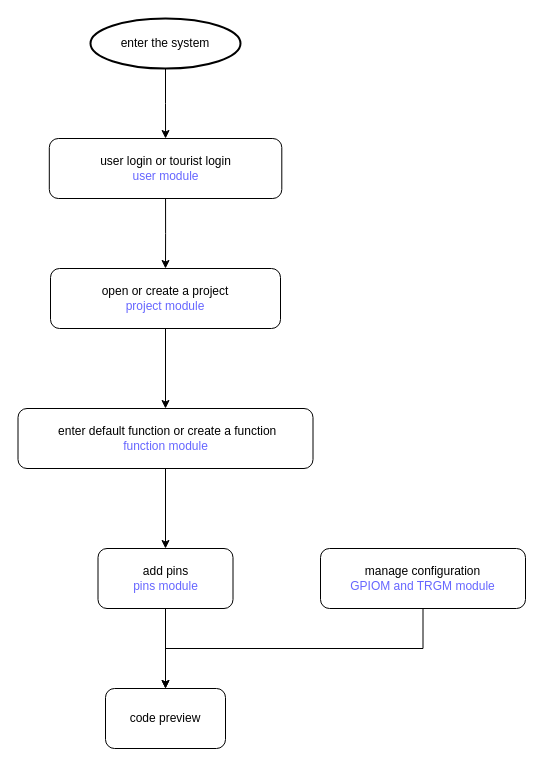
Before: overall.drawio in darKleaf-cn/test-rest-api, a draw.io diagram. Source tidied: cells renumbered, new cells numbered last; positions are measured from the earlier drawing's top-left corner, leaving out a move shared by most shapes. Both pictures are drawn from the tidied source at 100%, with x=0, y=0 at pixel (18, 18).
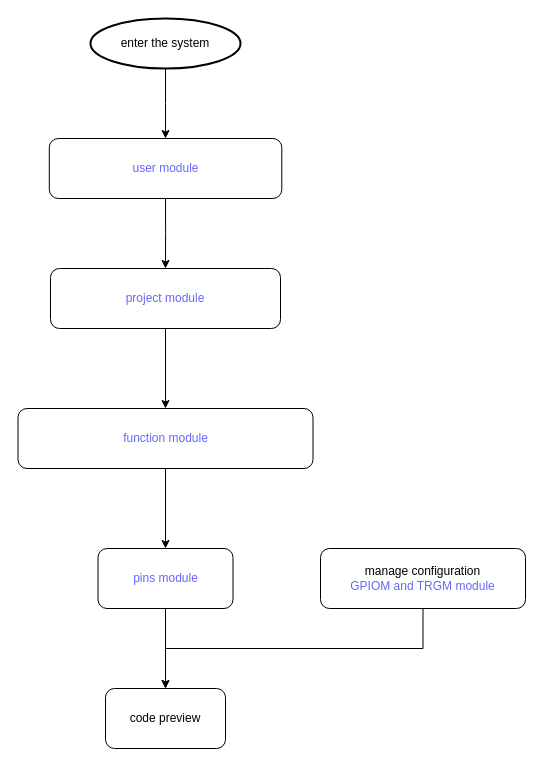
The same diagram, later.

Diff of the diagram source:
```diff
@@
 <mxGraphModel>
   <root>
     <mxCell id="0" />
     <mxCell id="1" parent="0" />
     <mxCell id="2" style="edgeStyle=orthogonalEdgeStyle;rounded=0;jettySize=auto;html=1;exitX=0.5;exitY=1;exitDx=0;exitDy=0;exitPerimeter=0;entryX=0.5;entryY=0;entryDx=0;entryDy=0;" parent="1" edge="1" source="3" target="5">
       <mxGeometry relative="1" as="geometry" />
     </mxCell>
     <mxCell id="3" value="enter the system" style="strokeWidth=2;html=1;shape=mxgraph.flowchart.start_1;whiteSpace=wrap;" parent="1" vertex="1">
       <mxGeometry x="72" width="150" height="50" as="geometry" />
     </mxCell>
     <mxCell id="4" style="edgeStyle=orthogonalEdgeStyle;rounded=0;jettySize=auto;html=1;exitX=0.5;exitY=1;exitDx=0;exitDy=0;entryX=0.5;entryY=0;entryDx=0;entryDy=0;" parent="1" edge="1" source="5" target="7">
       <mxGeometry relative="1" as="geometry" />
     </mxCell>
-    <mxCell id="5" value="user login or tourist login&lt;br&gt;&lt;font color=&quot;#6666ff&quot;&gt;user module&lt;/font&gt;" style="rounded=1;whiteSpace=wrap;html=1;" parent="1" vertex="1">
+    <mxCell id="5" value="&lt;font color=&quot;#6666ff&quot;&gt;user module&lt;/font&gt;" style="rounded=1;whiteSpace=wrap;html=1;" parent="1" vertex="1">
       <mxGeometry x="30.8" y="120" width="232.5" height="60" as="geometry" />
     </mxCell>
     <mxCell id="6" style="edgeStyle=orthogonalEdgeStyle;rounded=0;jettySize=auto;html=1;" parent="1" edge="1" source="7" target="9">
       <mxGeometry relative="1" as="geometry" />
     </mxCell>
-    <mxCell id="7" value="open or create a project&lt;br&gt;&lt;font color=&quot;#6666ff&quot;&gt;project module&lt;/font&gt;" style="rounded=1;whiteSpace=wrap;html=1;" parent="1" vertex="1">
+    <mxCell id="7" value="&lt;font color=&quot;#6666ff&quot;&gt;project module&lt;/font&gt;" style="rounded=1;whiteSpace=wrap;html=1;" parent="1" vertex="1">
       <mxGeometry x="32" y="250" width="230" height="60" as="geometry" />
     </mxCell>
     <mxCell id="8" style="edgeStyle=orthogonalEdgeStyle;rounded=0;jettySize=auto;html=1;" parent="1" edge="1" source="9" target="11">
       <mxGeometry relative="1" as="geometry" />
     </mxCell>
-    <mxCell id="9" value="&amp;nbsp;enter default function or create a function&lt;br&gt;&lt;font color=&quot;#6666ff&quot;&gt;function module&lt;/font&gt;" style="whiteSpace=wrap;html=1;rounded=1;" parent="1" vertex="1">
+    <mxCell id="9" value="&lt;font color=&quot;#6666ff&quot;&gt;function module&lt;/font&gt;" style="whiteSpace=wrap;html=1;rounded=1;" parent="1" vertex="1">
       <mxGeometry x="-0.5" y="390" width="295" height="60" as="geometry" />
     </mxCell>
     <mxCell id="10" style="edgeStyle=orthogonalEdgeStyle;rounded=0;jettySize=auto;html=1;" parent="1" edge="1" source="11" target="14">
       <mxGeometry relative="1" as="geometry" />
     </mxCell>
-    <mxCell id="11" value="add pins&lt;br&gt;&lt;font color=&quot;#6666ff&quot;&gt;pins module&lt;/font&gt;" style="whiteSpace=wrap;html=1;rounded=1;" parent="1" vertex="1">
+    <mxCell id="11" value="&lt;font color=&quot;#6666ff&quot;&gt;pins module&lt;/font&gt;" style="whiteSpace=wrap;html=1;rounded=1;" parent="1" vertex="1">
       <mxGeometry x="79.5" y="530" width="135" height="60" as="geometry" />
     </mxCell>
     <mxCell id="12" style="edgeStyle=orthogonalEdgeStyle;rounded=0;jettySize=auto;html=1;exitX=0.5;exitY=1;exitDx=0;exitDy=0;entryX=0.5;entryY=0;entryDx=0;entryDy=0;" parent="1" edge="1" source="13" target="14">
       <mxGeometry relative="1" as="geometry" />
     </mxCell>
     <mxCell id="13" value="manage configuration&lt;br&gt;&lt;font color=&quot;#6666ff&quot;&gt;GPIOM and TRGM module&lt;/font&gt;" style="whiteSpace=wrap;html=1;rounded=1;" parent="1" vertex="1">
       <mxGeometry x="302" y="530" width="205" height="60" as="geometry" />
     </mxCell>
     <mxCell id="14" value="code preview" style="whiteSpace=wrap;html=1;rounded=1;" parent="1" vertex="1">
       <mxGeometry x="87" y="670" width="120" height="60" as="geometry" />
     </mxCell>
   </root>
 </mxGraphModel>
```
